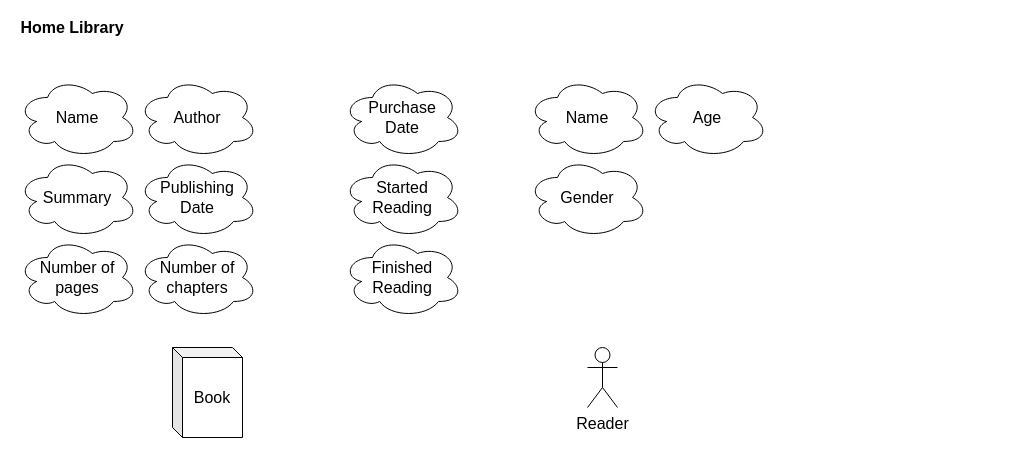
mbalabanov/CF-BE1-DB keeps this draw.io diagram as concept/1-db-requirements.drawio. Above is the earlier version. Source tidied: cells renumbered, new cells numbered last; positions are measured from the earlier drawing's top-left corner, leaving out a move shared by most shapes. Both pictures are drawn from the tidied source at 100%, with x=0, y=0 at pixel (17, 17).
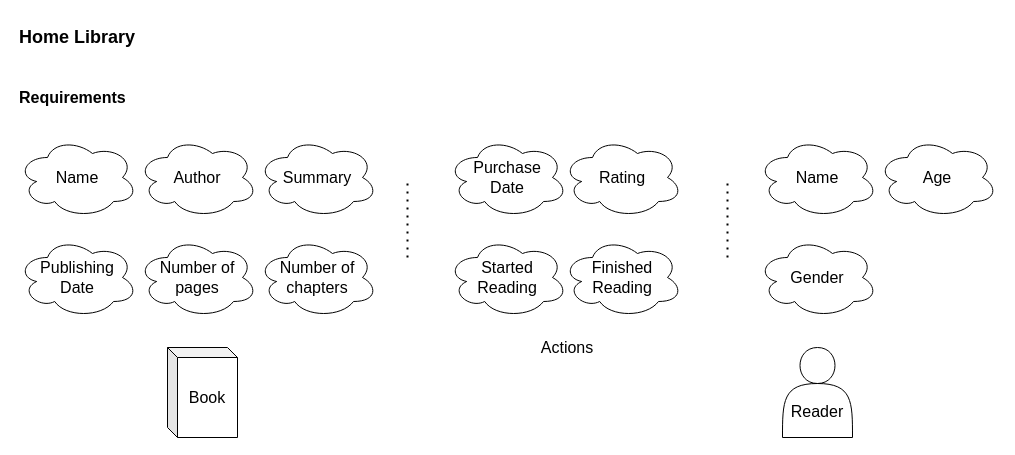
After the change.

Diff of the diagram source:
```diff
@@
-    <mxCell id="2" value="Home Library" style="text;html=1;strokeColor=none;fillColor=none;align=center;verticalAlign=middle;whiteSpace=wrap;rounded=0;fontSize=16;fontStyle=1;" parent="1" vertex="1">
-      <mxGeometry width="110" height="20" as="geometry" />
+    <mxCell id="2" value="Requirements" style="text;html=1;strokeColor=none;fillColor=none;align=left;verticalAlign=middle;whiteSpace=wrap;rounded=0;fontSize=16;fontStyle=1;" parent="1" vertex="1">
+      <mxGeometry y="70" width="140" height="20" as="geometry" />
     </mxCell>
-    <mxCell id="3" value="Reader" style="shape=umlActor;verticalLabelPosition=bottom;verticalAlign=top;html=1;fontSize=16;" parent="1" vertex="1">
-      <mxGeometry x="570" y="330" width="30" height="60" as="geometry" />
-    </mxCell>
     <mxCell id="4" value="Book" style="shape=cube;whiteSpace=wrap;html=1;boundedLbl=1;backgroundOutline=1;darkOpacity=0.05;darkOpacity2=0.1;fontSize=16;size=10;" parent="1" vertex="1">
-      <mxGeometry x="155" y="330" width="70" height="90" as="geometry" />
+      <mxGeometry x="150" y="330" width="70" height="90" as="geometry" />
     </mxCell>
     <mxCell id="5" value="Name" style="ellipse;shape=cloud;whiteSpace=wrap;html=1;fontSize=16;" parent="1" vertex="1">
-      <mxGeometry x="510" y="60" width="120" height="80" as="geometry" />
+      <mxGeometry x="740" y="120" width="120" height="80" as="geometry" />
     </mxCell>
     <mxCell id="6" value="Age" style="ellipse;shape=cloud;whiteSpace=wrap;html=1;fontSize=16;" parent="1" vertex="1">
-      <mxGeometry x="630" y="60" width="120" height="80" as="geometry" />
+      <mxGeometry x="860" y="120" width="120" height="80" as="geometry" />
     </mxCell>
     <mxCell id="7" value="Gender" style="ellipse;shape=cloud;whiteSpace=wrap;html=1;fontSize=16;" parent="1" vertex="1">
-      <mxGeometry x="510" y="140" width="120" height="80" as="geometry" />
+      <mxGeometry x="740" y="220" width="120" height="80" as="geometry" />
     </mxCell>
     <mxCell id="8" value="Name" style="ellipse;shape=cloud;whiteSpace=wrap;html=1;fontSize=16;" parent="1" vertex="1">
-      <mxGeometry y="60" width="120" height="80" as="geometry" />
+      <mxGeometry y="120" width="120" height="80" as="geometry" />
     </mxCell>
     <mxCell id="9" value="Author" style="ellipse;shape=cloud;whiteSpace=wrap;html=1;fontSize=16;" parent="1" vertex="1">
-      <mxGeometry x="120" y="60" width="120" height="80" as="geometry" />
+      <mxGeometry x="120" y="120" width="120" height="80" as="geometry" />
     </mxCell>
     <mxCell id="10" value="Summary" style="ellipse;shape=cloud;whiteSpace=wrap;html=1;fontSize=16;" parent="1" vertex="1">
-      <mxGeometry y="140" width="120" height="80" as="geometry" />
+      <mxGeometry x="240" y="120" width="120" height="80" as="geometry" />
     </mxCell>
     <mxCell id="11" value="Number of pages" style="ellipse;shape=cloud;whiteSpace=wrap;html=1;fontSize=16;" parent="1" vertex="1">
-      <mxGeometry y="220" width="120" height="80" as="geometry" />
+      <mxGeometry x="120" y="220" width="120" height="80" as="geometry" />
     </mxCell>
     <mxCell id="12" value="Number of chapters" style="ellipse;shape=cloud;whiteSpace=wrap;html=1;fontSize=16;" parent="1" vertex="1">
-      <mxGeometry x="120" y="220" width="120" height="80" as="geometry" />
+      <mxGeometry x="240" y="220" width="120" height="80" as="geometry" />
     </mxCell>
     <mxCell id="13" value="Publishing&lt;br&gt;Date" style="ellipse;shape=cloud;whiteSpace=wrap;html=1;fontSize=16;" parent="1" vertex="1">
-      <mxGeometry x="120" y="140" width="120" height="80" as="geometry" />
+      <mxGeometry y="220" width="120" height="80" as="geometry" />
     </mxCell>
     <mxCell id="14" value="Purchase&lt;br&gt;Date" style="ellipse;shape=cloud;whiteSpace=wrap;html=1;fontSize=16;" parent="1" vertex="1">
-      <mxGeometry x="325" y="60" width="120" height="80" as="geometry" />
+      <mxGeometry x="430" y="120" width="120" height="80" as="geometry" />
     </mxCell>
     <mxCell id="15" value="Started&lt;br&gt;Reading" style="ellipse;shape=cloud;whiteSpace=wrap;html=1;fontSize=16;" parent="1" vertex="1">
-      <mxGeometry x="325" y="140" width="120" height="80" as="geometry" />
+      <mxGeometry x="430" y="220" width="120" height="80" as="geometry" />
     </mxCell>
     <mxCell id="16" value="Finished&lt;br&gt;Reading" style="ellipse;shape=cloud;whiteSpace=wrap;html=1;fontSize=16;" parent="1" vertex="1">
-      <mxGeometry x="325" y="220" width="120" height="80" as="geometry" />
+      <mxGeometry x="545" y="220" width="120" height="80" as="geometry" />
     </mxCell>
+    <mxCell id="17" value="Home Library" style="text;html=1;strokeColor=none;fillColor=none;align=left;verticalAlign=middle;whiteSpace=wrap;rounded=0;fontSize=18;fontStyle=1;" parent="1" vertex="1">
+      <mxGeometry y="10" width="150" height="20" as="geometry" />
+    </mxCell>
+    <mxCell id="18" value="Rating" style="ellipse;shape=cloud;whiteSpace=wrap;html=1;fontSize=16;" parent="1" vertex="1">
+      <mxGeometry x="545" y="120" width="120" height="80" as="geometry" />
+    </mxCell>
+    <mxCell id="19" style="endArrow=none;dashed=1;html=1;dashPattern=1 3;strokeWidth=2;fontSize=16;" parent="1" edge="1">
+      <mxGeometry relative="1" as="geometry">
+        <mxPoint x="390" y="240" as="sourcePoint" />
+        <mxPoint x="390" y="160" as="targetPoint" />
+      </mxGeometry>
+    </mxCell>
+    <mxCell id="3" value="&lt;br&gt;&lt;br&gt;Reader" style="shape=actor;whiteSpace=wrap;html=1;fontSize=16;align=center;" parent="1" vertex="1">
+      <mxGeometry x="765" y="330" width="70" height="90" as="geometry" />
+    </mxCell>
+    <mxCell id="20" style="endArrow=none;dashed=1;html=1;dashPattern=1 3;strokeWidth=2;fontSize=16;" parent="1" edge="1">
+      <mxGeometry relative="1" as="geometry">
+        <mxPoint x="710" y="240" as="sourcePoint" />
+        <mxPoint x="710" y="160" as="targetPoint" />
+      </mxGeometry>
+    </mxCell>
+    <mxCell id="21" value="Actions" style="text;html=1;strokeColor=none;fillColor=none;align=center;verticalAlign=middle;whiteSpace=wrap;rounded=0;fontSize=16;" parent="1" vertex="1">
+      <mxGeometry x="530" y="320" width="40" height="20" as="geometry" />
+    </mxCell>
```
